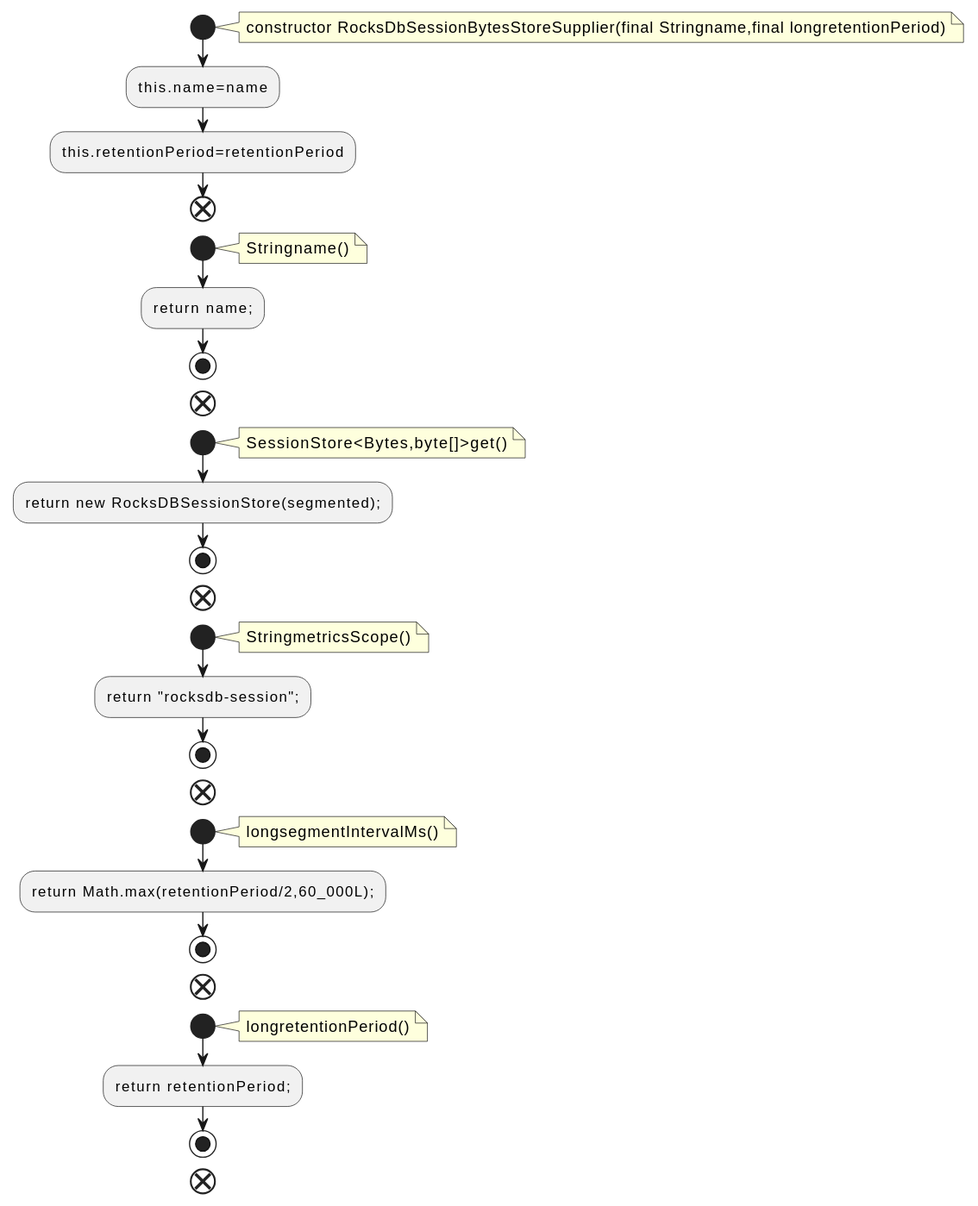
qualitesys/kafka keeps this PlantUML diagram as docs/qc/streams/src/main/java/org/apache/kafka/streams/state/internals/RocksDbSessionBytesStoreSupplier.java.fct.svg. Above is the earlier version.
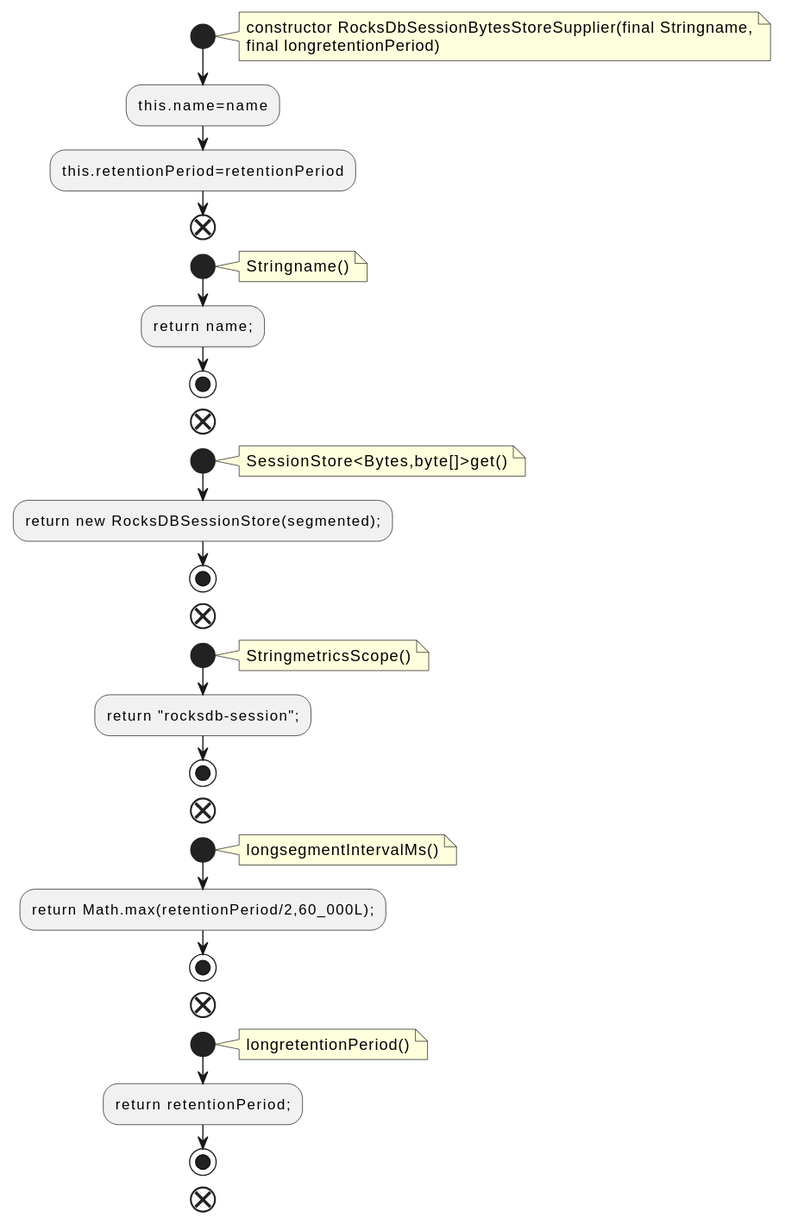
Above is the later version.

Change to the diagram source:
```diff
@@ -2,7 +2,8 @@
 !pragma layout smetana
 start
 note right
-constructor RocksDbSessionBytesStoreSupplier(final Stringname,final longretentionPeriod)
+constructor RocksDbSessionBytesStoreSupplier(final Stringname,
+final longretentionPeriod)
 end note
 :this.name=name;
 :this.retentionPeriod=retentionPeriod;
```
